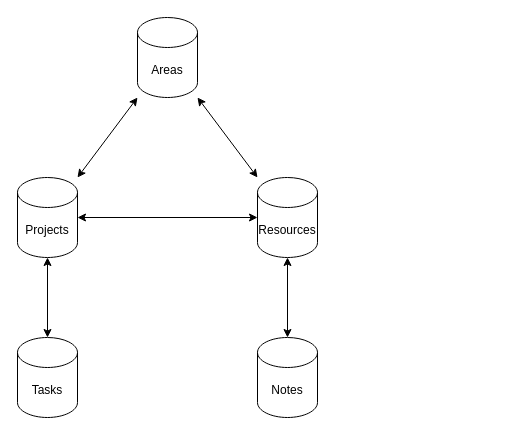
Earlier version of the draw.io diagram Untitled Diagram.drawio (tomboo/diagrams). Source tidied: cells renumbered, new cells numbered last; positions are measured from the earlier drawing's top-left corner, leaving out a move shared by most shapes. Both pictures are drawn from the tidied source at 100%, with x=0, y=0 at pixel (17, 17).
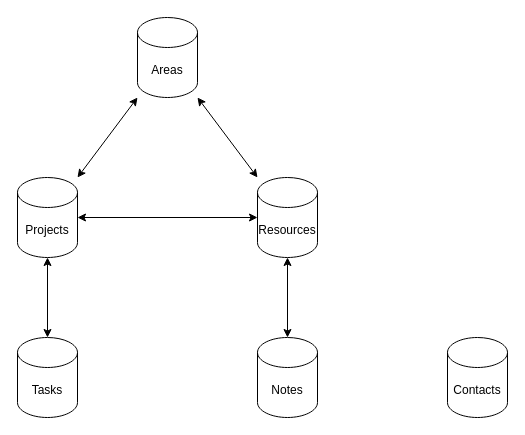
Above is the later version.

Change to the diagram source:
```diff
@@
 <mxGraphModel>
   <root>
     <mxCell id="0" />
     <mxCell id="1" parent="0" />
     <mxCell id="2" value="Areas" style="shape=cylinder3;whiteSpace=wrap;html=1;boundedLbl=1;backgroundOutline=1;size=15;" parent="1" vertex="1">
       <mxGeometry x="120" width="60" height="80" as="geometry" />
     </mxCell>
     <mxCell id="3" value="Projects" style="shape=cylinder3;whiteSpace=wrap;html=1;boundedLbl=1;backgroundOutline=1;size=15;" parent="1" vertex="1">
       <mxGeometry y="160" width="60" height="80" as="geometry" />
     </mxCell>
     <mxCell id="4" value="Tasks" style="shape=cylinder3;whiteSpace=wrap;html=1;boundedLbl=1;backgroundOutline=1;size=15;" parent="1" vertex="1">
       <mxGeometry y="320" width="60" height="80" as="geometry" />
     </mxCell>
     <mxCell id="5" style="endArrow=classic;startArrow=classic;html=1;rounded=0;" parent="1" edge="1" source="4" target="3">
       <mxGeometry relative="1" as="geometry" />
     </mxCell>
     <mxCell id="6" style="endArrow=classic;startArrow=classic;html=1;rounded=0;" parent="1" edge="1" source="3" target="2">
       <mxGeometry relative="1" as="geometry" />
     </mxCell>
     <mxCell id="7" value="Resources" style="shape=cylinder3;whiteSpace=wrap;html=1;boundedLbl=1;backgroundOutline=1;size=15;" parent="1" vertex="1">
       <mxGeometry x="240" y="160" width="60" height="80" as="geometry" />
     </mxCell>
     <mxCell id="8" style="endArrow=classic;startArrow=classic;html=1;rounded=0;" parent="1" edge="1" source="7" target="2">
       <mxGeometry relative="1" as="geometry" />
     </mxCell>
     <mxCell id="9" value="Notes" style="shape=cylinder3;whiteSpace=wrap;html=1;boundedLbl=1;backgroundOutline=1;size=15;" parent="1" vertex="1">
       <mxGeometry x="240" y="320" width="60" height="80" as="geometry" />
     </mxCell>
     <mxCell id="10" style="endArrow=classic;startArrow=classic;html=1;rounded=0;" parent="1" edge="1" source="9" target="7">
       <mxGeometry relative="1" as="geometry" />
     </mxCell>
     <mxCell id="11" style="endArrow=classic;startArrow=classic;html=1;rounded=0;" parent="1" edge="1" source="3" target="7">
       <mxGeometry relative="1" as="geometry" />
     </mxCell>
+    <mxCell id="12" value="Contacts" style="shape=cylinder3;whiteSpace=wrap;html=1;boundedLbl=1;backgroundOutline=1;size=15;" parent="1" vertex="1">
+      <mxGeometry x="430" y="320" width="60" height="80" as="geometry" />
+    </mxCell>
   </root>
 </mxGraphModel>
```
